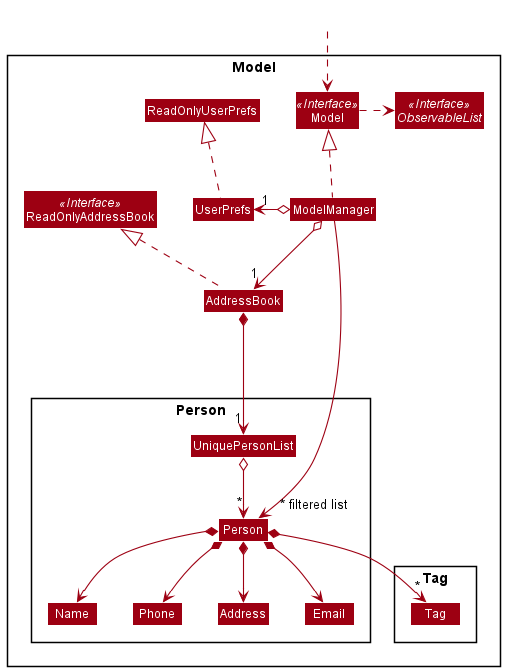
The PlantUML diagram docs/images/ModelClassDiagram.png in nus-cs2103-AY2021S2/tp, before a commit.
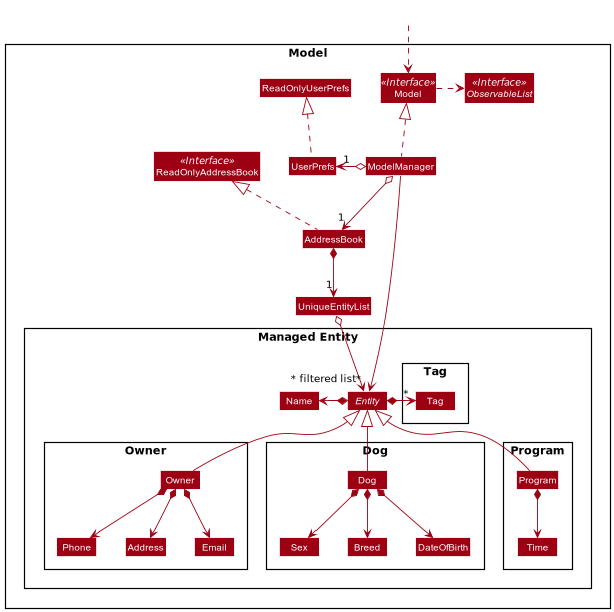
Above is the later version.

Commit message:
Update DG to explain add/delete and fix ModelClassDiagram

Diff of the diagram source:
```diff
@@ -14,18 +14,34 @@
 Class ModelManager
 Class UserPrefs
 Class ReadOnlyUserPrefs
+Class UniqueEntityList
 
-Package Person {
-Class Person
+Package "Managed Entity" {
+abstract Class Entity
+Class Name
+
+Package Owner {
+Class Owner
 Class Address
 Class Email
-Class Name
 Class Phone
-Class UniquePersonList
+}
+
+Package Dog {
+Class Dog
+Class Breed
+Class DateOfBirth
+Class Sex
+}
+
+Package Program {
+Class Program
+Class Time
 }
 
 Package Tag {
 Class Tag
+}
 }
 }
 
@@ -40,17 +56,30 @@
 ModelManager o-left-> "1" UserPrefs
 UserPrefs .up.|> ReadOnlyUserPrefs
 
-AddressBook *--> "1" UniquePersonList
-UniquePersonList o--> "*" Person
-Person *--> Name
-Person *--> Phone
-Person *--> Email
-Person *--> Address
-Person *--> "*" Tag
+AddressBook *--> "1" UniqueEntityList
+UniqueEntityList o--> "*" Entity
+Entity ^-- Owner
+Entity ^-- Dog
+Entity ^-- Program
 
-Name -[hidden]right-> Phone
+Entity *-left-> Name
+Entity *-> "*" Tag
+
+Owner *--> Phone
+Owner *--> Email
+Owner *--> Address
+
+Dog *--> Breed
+Dog *--> DateOfBirth
+Dog *--> Sex
+
+Program *--> Time
+
 Phone -[hidden]right-> Address
 Address -[hidden]right-> Email
 
-ModelManager ----->" ~* filtered list" Person
+Sex -[hidden]right-> Breed
+Breed -[hidden]right-> DateOfBirth
+
+ModelManager --->" ~* filtered list" Entity
 @enduml
```
